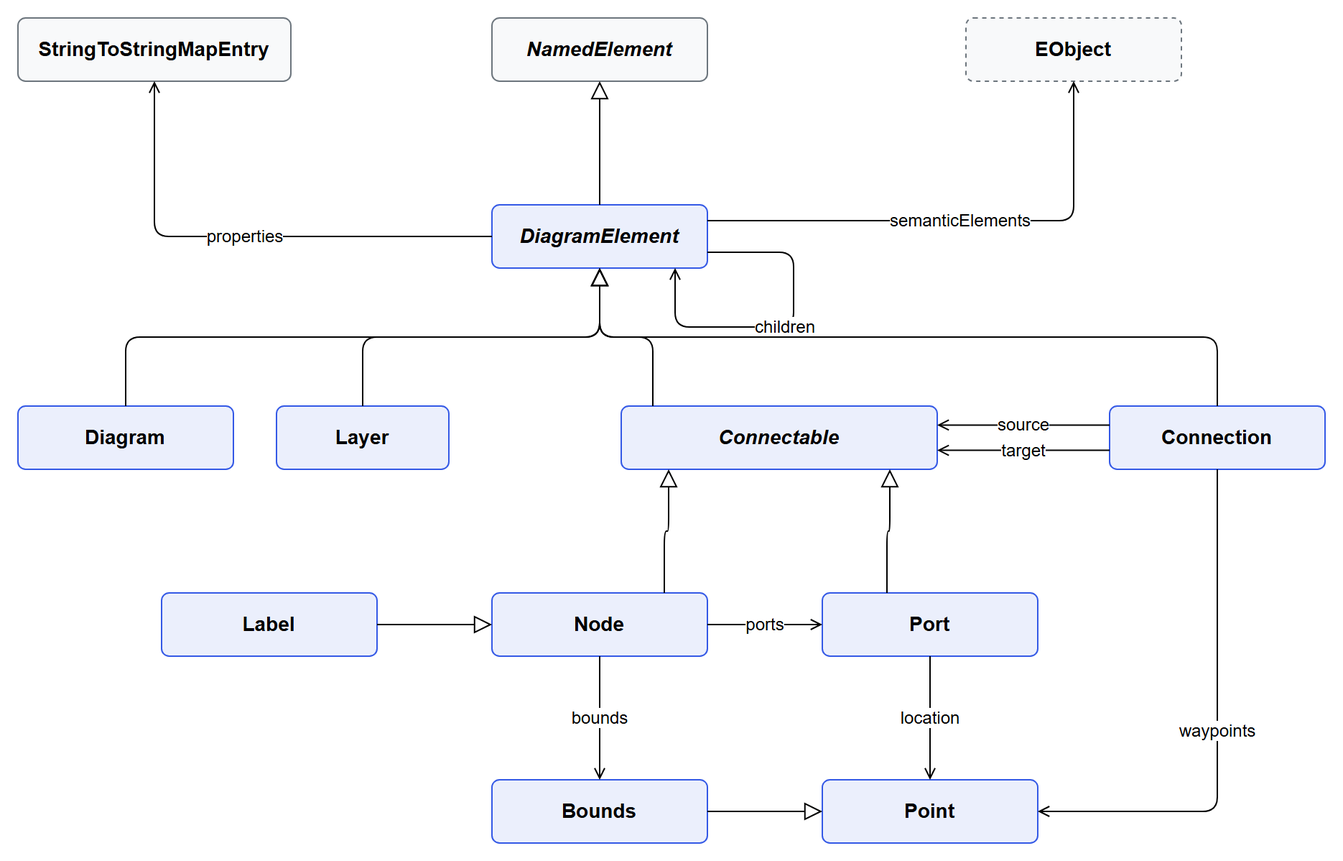
Above: models/diagram/model/src/test/resources/org/nasdanika/sdk/runtime/models/diagram/tests/book/diagram-model.png in Nasdanika-SDK/runtime (draw.io), before the change. Source tidied: cells renumbered, new cells last; positions are measured from the earlier drawing's top-left corner, leaving out a move shared by most shapes. Its diagram source:
```xml
<mxGraphModel>
  <root>
    <mxCell id="0" />
    <mxCell id="1" parent="0" />
    <mxCell id="2" value="StringToStringMapEntry" style="rounded=1;whiteSpace=wrap;html=1;fillColor=#F8F9FA;strokeColor=#6C757D;fontStyle=1;arcSize=12;fontSize=14;" parent="1" vertex="1">
      <mxGeometry width="190" height="44" as="geometry" />
    </mxCell>
    <mxCell id="3" value="NamedElement" style="rounded=1;whiteSpace=wrap;html=1;fillColor=#F8F9FA;strokeColor=#6C757D;fontStyle=3;arcSize=12;fontSize=14;" parent="1" vertex="1">
      <mxGeometry x="330" width="150" height="44" as="geometry" />
    </mxCell>
    <mxCell id="4" value="EObject" style="rounded=1;whiteSpace=wrap;html=1;fillColor=#F8F9FA;strokeColor=#6C757D;dashed=1;fontStyle=1;arcSize=12;fontSize=14;" parent="1" vertex="1">
      <mxGeometry x="660" width="150" height="44" as="geometry" />
    </mxCell>
    <mxCell id="5" value="DiagramElement" style="rounded=1;whiteSpace=wrap;html=1;fillColor=#EBEFFC;strokeColor=#3459E6;fontStyle=3;arcSize=12;fontSize=14;" parent="1" vertex="1">
      <mxGeometry x="330" y="130" width="150" height="44" as="geometry" />
    </mxCell>
    <mxCell id="6" value="Diagram" style="rounded=1;whiteSpace=wrap;html=1;fillColor=#EBEFFC;strokeColor=#3459E6;fontStyle=1;arcSize=12;fontSize=14;" parent="1" vertex="1">
      <mxGeometry y="270" width="150" height="44" as="geometry" />
    </mxCell>
    <mxCell id="7" value="Layer" style="rounded=1;whiteSpace=wrap;html=1;fillColor=#EBEFFC;strokeColor=#3459E6;fontStyle=1;arcSize=12;fontSize=14;" parent="1" vertex="1">
      <mxGeometry x="180" y="270" width="120" height="44" as="geometry" />
    </mxCell>
    <mxCell id="8" value="Connectable" style="rounded=1;whiteSpace=wrap;html=1;fillColor=#EBEFFC;strokeColor=#3459E6;fontStyle=3;arcSize=12;fontSize=14;" parent="1" vertex="1">
      <mxGeometry x="420" y="270" width="220" height="44" as="geometry" />
    </mxCell>
    <mxCell id="9" value="Connection" style="rounded=1;whiteSpace=wrap;html=1;fillColor=#EBEFFC;strokeColor=#3459E6;fontStyle=1;arcSize=12;fontSize=14;" parent="1" vertex="1">
      <mxGeometry x="760" y="270" width="150" height="44" as="geometry" />
    </mxCell>
    <mxCell id="10" value="Label" style="rounded=1;whiteSpace=wrap;html=1;fillColor=#EBEFFC;strokeColor=#3459E6;fontStyle=1;arcSize=12;fontSize=14;" parent="1" vertex="1">
      <mxGeometry x="100" y="400" width="150" height="44" as="geometry" />
    </mxCell>
    <mxCell id="11" value="Node" style="rounded=1;whiteSpace=wrap;html=1;fillColor=#EBEFFC;strokeColor=#3459E6;fontStyle=1;arcSize=12;fontSize=14;" parent="1" vertex="1">
      <mxGeometry x="330" y="400" width="150" height="44" as="geometry" />
    </mxCell>
    <mxCell id="12" value="Port" style="rounded=1;whiteSpace=wrap;html=1;fillColor=#EBEFFC;strokeColor=#3459E6;fontStyle=1;arcSize=12;fontSize=14;" parent="1" vertex="1">
      <mxGeometry x="560" y="400" width="150" height="44" as="geometry" />
    </mxCell>
    <mxCell id="13" value="Bounds" style="rounded=1;whiteSpace=wrap;html=1;fillColor=#EBEFFC;strokeColor=#3459E6;fontStyle=1;arcSize=12;fontSize=14;" parent="1" vertex="1">
      <mxGeometry x="330" y="530" width="150" height="44" as="geometry" />
    </mxCell>
    <mxCell id="14" value="Point" style="rounded=1;whiteSpace=wrap;html=1;fillColor=#EBEFFC;strokeColor=#3459E6;fontStyle=1;arcSize=12;fontSize=14;" parent="1" vertex="1">
      <mxGeometry x="560" y="530" width="150" height="44" as="geometry" />
    </mxCell>
    <mxCell id="15" style="endArrow=block;html=1;endFill=0;endSize=10;edgeStyle=orthogonalEdgeStyle;" parent="1" edge="1" source="5" target="3">
      <mxGeometry relative="1" as="geometry" />
    </mxCell>
    <mxCell id="16" value="properties" style="endArrow=open;html=1;endFill=0;fontSize=12;labelBackgroundColor=default;edgeStyle=orthogonalEdgeStyle;exitX=0;exitY=0.5;entryX=0.5;entryY=1;" parent="1" edge="1" source="5" target="2">
      <mxGeometry relative="1" as="geometry" />
    </mxCell>
    <mxCell id="17" value="semanticElements" style="endArrow=open;html=1;endFill=0;fontSize=12;labelBackgroundColor=default;edgeStyle=orthogonalEdgeStyle;exitX=1;exitY=0.25;entryX=0.5;entryY=1;" parent="1" edge="1" source="5" target="4">
      <mxGeometry relative="1" as="geometry" />
    </mxCell>
    <mxCell id="18" value="children" style="endArrow=open;html=1;endFill=0;fontSize=12;labelBackgroundColor=default;edgeStyle=orthogonalEdgeStyle;exitX=1;exitY=0.75;entryX=0.85;entryY=1;" parent="1" edge="1" source="5" target="5">
      <mxGeometry relative="1" as="geometry">
        <Array as="points">
          <mxPoint x="540" y="163" />
          <mxPoint x="540" y="215" />
          <mxPoint x="457" y="215" />
        </Array>
      </mxGeometry>
    </mxCell>
    <mxCell id="19" style="endArrow=block;html=1;endFill=0;endSize=10;edgeStyle=orthogonalEdgeStyle;exitX=0.5;exitY=0;entryX=0.5;entryY=1;" parent="1" edge="1" source="6" target="5">
      <mxGeometry relative="1" as="geometry" />
    </mxCell>
    <mxCell id="20" style="endArrow=block;html=1;endFill=0;endSize=10;edgeStyle=orthogonalEdgeStyle;exitX=0.5;exitY=0;entryX=0.5;entryY=1;" parent="1" edge="1" source="7" target="5">
      <mxGeometry relative="1" as="geometry" />
    </mxCell>
    <mxCell id="21" style="endArrow=block;html=1;endFill=0;endSize=10;edgeStyle=orthogonalEdgeStyle;exitX=0.1;exitY=0;entryX=0.5;entryY=1;" parent="1" edge="1" source="8" target="5">
      <mxGeometry relative="1" as="geometry" />
    </mxCell>
    <mxCell id="22" style="endArrow=block;html=1;endFill=0;endSize=10;edgeStyle=orthogonalEdgeStyle;exitX=0.5;exitY=0;entryX=0.5;entryY=1;" parent="1" edge="1" source="9" target="5">
      <mxGeometry relative="1" as="geometry" />
    </mxCell>
    <mxCell id="23" value="source" style="endArrow=open;html=1;endFill=0;fontSize=12;labelBackgroundColor=default;edgeStyle=orthogonalEdgeStyle;exitX=0;exitY=0.3;entryX=1;entryY=0.3;" parent="1" edge="1" source="9" target="8">
      <mxGeometry relative="1" as="geometry" />
    </mxCell>
    <mxCell id="24" value="target" style="endArrow=open;html=1;endFill=0;fontSize=12;labelBackgroundColor=default;edgeStyle=orthogonalEdgeStyle;exitX=0;exitY=0.7;entryX=1;entryY=0.7;" parent="1" edge="1" source="9" target="8">
      <mxGeometry relative="1" as="geometry" />
    </mxCell>
    <mxCell id="25" style="endArrow=block;html=1;endFill=0;endSize=10;edgeStyle=orthogonalEdgeStyle;exitX=0.8;exitY=0;entryX=0.15;entryY=1;" parent="1" edge="1" source="11" target="8">
      <mxGeometry relative="1" as="geometry" />
    </mxCell>
    <mxCell id="26" style="endArrow=block;html=1;endFill=0;endSize=10;edgeStyle=orthogonalEdgeStyle;exitX=0.3;exitY=0;entryX=0.85;entryY=1;" parent="1" edge="1" source="12" target="8">
      <mxGeometry relative="1" as="geometry" />
    </mxCell>
    <mxCell id="27" style="endArrow=block;html=1;endFill=0;endSize=10;edgeStyle=orthogonalEdgeStyle;exitX=1;exitY=0.5;entryX=0;entryY=0.5;" parent="1" edge="1" source="10" target="11">
      <mxGeometry relative="1" as="geometry" />
    </mxCell>
    <mxCell id="28" value="ports" style="endArrow=open;html=1;endFill=0;fontSize=12;labelBackgroundColor=default;edgeStyle=orthogonalEdgeStyle;exitX=1;exitY=0.5;entryX=0;entryY=0.5;" parent="1" edge="1" source="11" target="12">
      <mxGeometry relative="1" as="geometry" />
    </mxCell>
    <mxCell id="29" value="bounds" style="endArrow=open;html=1;endFill=0;fontSize=12;labelBackgroundColor=default;edgeStyle=orthogonalEdgeStyle;exitX=0.5;exitY=1;entryX=0.5;entryY=0;" parent="1" edge="1" source="11" target="13">
      <mxGeometry relative="1" as="geometry" />
    </mxCell>
    <mxCell id="30" value="location" style="endArrow=open;html=1;endFill=0;fontSize=12;labelBackgroundColor=default;edgeStyle=orthogonalEdgeStyle;exitX=0.5;exitY=1;entryX=0.5;entryY=0;" parent="1" edge="1" source="12" target="14">
      <mxGeometry relative="1" as="geometry" />
    </mxCell>
    <mxCell id="31" value="waypoints" style="endArrow=open;html=1;endFill=0;fontSize=12;labelBackgroundColor=default;edgeStyle=orthogonalEdgeStyle;exitX=0.5;exitY=1;entryX=1;entryY=0.5;" parent="1" edge="1" source="9" target="14">
      <mxGeometry relative="1" as="geometry" />
    </mxCell>
    <mxCell id="32" style="endArrow=block;html=1;endFill=0;endSize=10;edgeStyle=orthogonalEdgeStyle;exitX=1;exitY=0.5;entryX=0;entryY=0.5;" parent="1" edge="1" source="13" target="14">
      <mxGeometry relative="1" as="geometry" />
    </mxCell>
  </root>
</mxGraphModel>
```
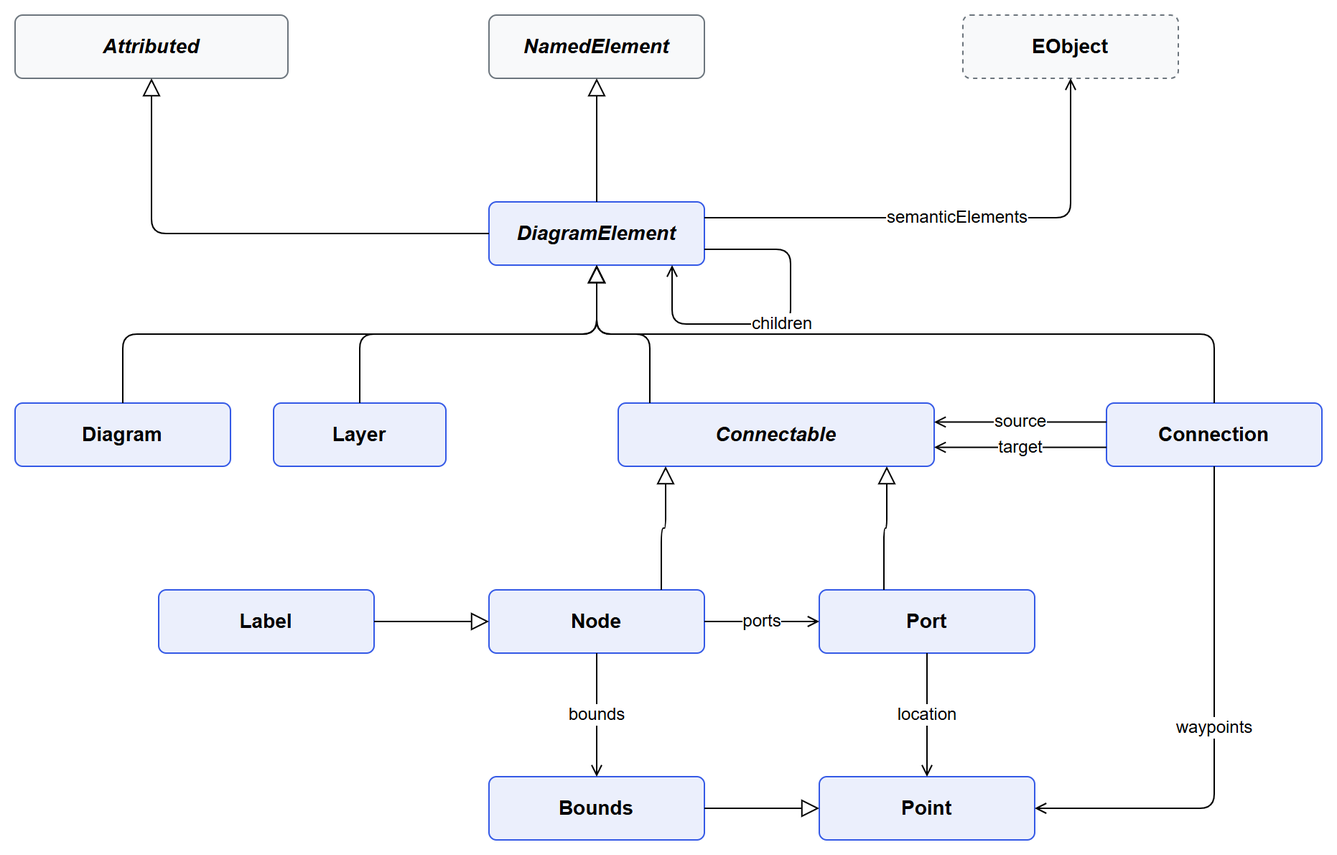
Above is the later version.

What changed in the source:
```diff
@@ -2,9 +2,9 @@
   <root>
     <mxCell id="0" />
     <mxCell id="1" parent="0" />
-    <mxCell id="2" value="StringToStringMapEntry" style="rounded=1;whiteSpace=wrap;html=1;fillColor=#F8F9FA;strokeColor=#6C757D;fontStyle=1;arcSize=12;fontSize=14;" parent="1" vertex="1">
-      <mxGeometry width="190" height="44" as="geometry" />
-    </mxCell>
+    <mxCell id="33" value="Attributed" style="rounded=1;whiteSpace=wrap;html=1;fillColor=#F8F9FA;strokeColor=#6C757D;fontStyle=3;arcSize=12;fontSize=14;" parent="1" vertex="1">
+      <mxGeometry width="190" height="44" as="geometry" />
+    </mxCell>
     <mxCell id="3" value="NamedElement" style="rounded=1;whiteSpace=wrap;html=1;fillColor=#F8F9FA;strokeColor=#6C757D;fontStyle=3;arcSize=12;fontSize=14;" parent="1" vertex="1">
       <mxGeometry x="330" width="150" height="44" as="geometry" />
     </mxCell>
@@ -44,9 +44,9 @@
     <mxCell id="15" style="endArrow=block;html=1;endFill=0;endSize=10;edgeStyle=orthogonalEdgeStyle;" parent="1" edge="1" source="5" target="3">
       <mxGeometry relative="1" as="geometry" />
     </mxCell>
-    <mxCell id="16" value="properties" style="endArrow=open;html=1;endFill=0;fontSize=12;labelBackgroundColor=default;edgeStyle=orthogonalEdgeStyle;exitX=0;exitY=0.5;entryX=0.5;entryY=1;" parent="1" edge="1" source="5" target="2">
-      <mxGeometry relative="1" as="geometry" />
-    </mxCell>
+    <mxCell id="34" style="endArrow=block;html=1;endFill=0;fontSize=12;labelBackgroundColor=default;edgeStyle=orthogonalEdgeStyle;exitX=0;exitY=0.5;endSize=10;" parent="1" edge="1" source="5" target="33">
+      <mxGeometry relative="1" as="geometry" />
+    </mxCell>
     <mxCell id="17" value="semanticElements" style="endArrow=open;html=1;endFill=0;fontSize=12;labelBackgroundColor=default;edgeStyle=orthogonalEdgeStyle;exitX=1;exitY=0.25;entryX=0.5;entryY=1;" parent="1" edge="1" source="5" target="4">
       <mxGeometry relative="1" as="geometry" />
     </mxCell>
```
